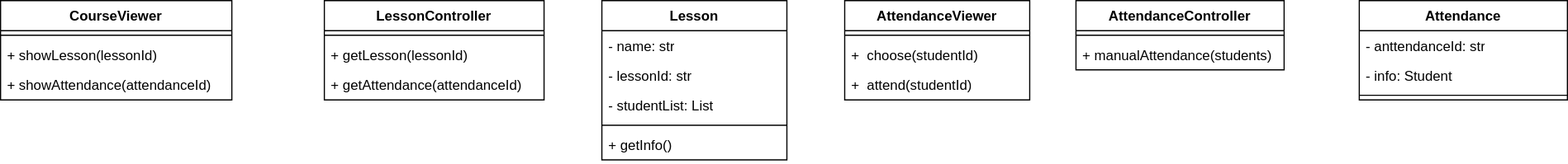
ntmly/ThuchanhphattrienhethongTTNT keeps this draw.io diagram as ClassDiagram 3.drawio.svg. Above is the earlier version. Source tidied: cells renumbered, new cells last; positions are measured from the earlier drawing's top-left corner, leaving out a move shared by most shapes.
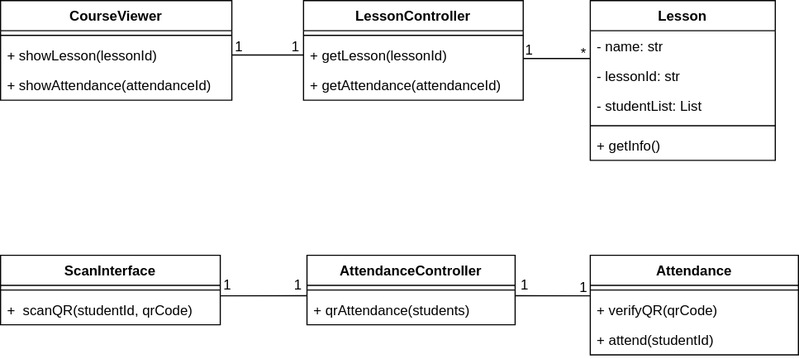
After the commit.

Commit message:
Cập nhật ClassDiagram 3.drawio.svg

Change to the diagram source:
```diff
@@ -15,7 +15,7 @@
       <mxGeometry y="60" width="200" height="26" as="geometry" />
     </mxCell>
     <mxCell id="6" value="LessonController" style="swimlane;fontStyle=1;align=center;verticalAlign=top;horizontal=1;startSize=26;whiteSpace=wrap;html=1;" parent="1" vertex="1">
-      <mxGeometry x="280" width="190" height="86" as="geometry" />
+      <mxGeometry x="262" width="190" height="86" as="geometry" />
     </mxCell>
     <mxCell id="7" style="line;strokeWidth=1;fillColor=none;align=left;verticalAlign=middle;spacingTop=-1;spacingLeft=3;spacingRight=3;labelPosition=right;strokeColor=inherit;" parent="6" vertex="1">
       <mxGeometry y="26" width="190" height="8" as="geometry" />
@@ -27,7 +27,7 @@
       <mxGeometry y="60" width="190" height="26" as="geometry" />
     </mxCell>
     <mxCell id="10" value="Lesson" style="swimlane;fontStyle=1;align=center;verticalAlign=top;horizontal=1;startSize=26;whiteSpace=wrap;html=1;" parent="1" vertex="1">
-      <mxGeometry x="520" width="160" height="138" as="geometry" />
+      <mxGeometry x="510" width="160" height="138" as="geometry" />
     </mxCell>
     <mxCell id="11" value="- name: str" style="text;strokeColor=none;fillColor=none;align=left;verticalAlign=top;spacingLeft=4;spacingRight=4;overflow=hidden;whiteSpace=wrap;html=1;" parent="10" vertex="1">
       <mxGeometry y="26" width="160" height="26" as="geometry" />
@@ -44,38 +44,78 @@
     <mxCell id="15" value="+ getInfo()" style="text;strokeColor=none;fillColor=none;align=left;verticalAlign=top;spacingLeft=4;spacingRight=4;overflow=hidden;whiteSpace=wrap;html=1;" parent="10" vertex="1">
       <mxGeometry y="112" width="160" height="26" as="geometry" />
     </mxCell>
-    <mxCell id="16" value="AttendanceViewer" style="swimlane;fontStyle=1;align=center;verticalAlign=top;horizontal=1;startSize=26;whiteSpace=wrap;html=1;" parent="1" vertex="1">
-      <mxGeometry x="730" width="160" height="86" as="geometry" />
+    <mxCell id="16" value="ScanInterface" style="swimlane;fontStyle=1;align=center;verticalAlign=top;horizontal=1;startSize=26;whiteSpace=wrap;html=1;" parent="1" vertex="1">
+      <mxGeometry y="220" width="190" height="60" as="geometry" />
     </mxCell>
     <mxCell id="17" style="line;strokeWidth=1;fillColor=none;align=left;verticalAlign=middle;spacingTop=-1;spacingLeft=3;spacingRight=3;labelPosition=right;strokeColor=inherit;" parent="16" vertex="1">
-      <mxGeometry y="26" width="160" height="8" as="geometry" />
+      <mxGeometry y="26" width="190" height="8" as="geometry" />
     </mxCell>
-    <mxCell id="18" value="+&amp;nbsp; choose(studentId)" style="text;strokeColor=none;fillColor=none;align=left;verticalAlign=top;spacingLeft=4;spacingRight=4;overflow=hidden;whiteSpace=wrap;html=1;" parent="16" vertex="1">
-      <mxGeometry y="34" width="160" height="26" as="geometry" />
+    <mxCell id="18" value="+&amp;nbsp; scanQR(studentId, qrCode)" style="text;strokeColor=none;fillColor=none;align=left;verticalAlign=top;spacingLeft=4;spacingRight=4;overflow=hidden;whiteSpace=wrap;html=1;" parent="16" vertex="1">
+      <mxGeometry y="34" width="190" height="26" as="geometry" />
     </mxCell>
+    <mxCell id="20" value="Attendance" style="swimlane;fontStyle=1;align=center;verticalAlign=top;horizontal=1;startSize=26;whiteSpace=wrap;html=1;" parent="1" vertex="1">
+      <mxGeometry x="510" y="220" width="180" height="86" as="geometry" />
+    </mxCell>
+    <mxCell id="23" style="line;strokeWidth=1;fillColor=none;align=left;verticalAlign=middle;spacingTop=-1;spacingLeft=3;spacingRight=3;labelPosition=right;strokeColor=inherit;" parent="20" vertex="1">
+      <mxGeometry y="26" width="180" height="8" as="geometry" />
+    </mxCell>
+    <mxCell id="27" value="+ verifyQR(qrCode)" style="text;strokeColor=none;fillColor=none;align=left;verticalAlign=top;spacingLeft=4;spacingRight=4;overflow=hidden;whiteSpace=wrap;html=1;" parent="20" vertex="1">
+      <mxGeometry y="34" width="180" height="26" as="geometry" />
+    </mxCell>
-    <mxCell id="19" value="+&amp;nbsp; attend(studentId)" style="text;strokeColor=none;fillColor=none;align=left;verticalAlign=top;spacingLeft=4;spacingRight=4;overflow=hidden;whiteSpace=wrap;html=1;" parent="16" vertex="1">
-      <mxGeometry y="60" width="160" height="26" as="geometry" />
+    <mxCell id="19" value="+ attend(studentId)" style="text;strokeColor=none;fillColor=none;align=left;verticalAlign=top;spacingLeft=4;spacingRight=4;overflow=hidden;whiteSpace=wrap;html=1;" parent="20" vertex="1">
+      <mxGeometry y="60" width="180" height="26" as="geometry" />
     </mxCell>
-    <mxCell id="20" value="Attendance" style="swimlane;fontStyle=1;align=center;verticalAlign=top;horizontal=1;startSize=26;whiteSpace=wrap;html=1;" parent="1" vertex="1">
-      <mxGeometry x="1175" width="180" height="86" as="geometry" />
-    </mxCell>
-    <mxCell id="21" value="- anttendanceId: str" style="text;strokeColor=none;fillColor=none;align=left;verticalAlign=top;spacingLeft=4;spacingRight=4;overflow=hidden;whiteSpace=wrap;html=1;" parent="20" vertex="1">
-      <mxGeometry y="26" width="180" height="26" as="geometry" />
-    </mxCell>
-    <mxCell id="22" value="- info: Student" style="text;strokeColor=none;fillColor=none;align=left;verticalAlign=top;spacingLeft=4;spacingRight=4;overflow=hidden;whiteSpace=wrap;html=1;" parent="20" vertex="1">
-      <mxGeometry y="52" width="180" height="26" as="geometry" />
-    </mxCell>
-    <mxCell id="23" style="line;strokeWidth=1;fillColor=none;align=left;verticalAlign=middle;spacingTop=-1;spacingLeft=3;spacingRight=3;labelPosition=right;strokeColor=inherit;" parent="20" vertex="1">
-      <mxGeometry y="78" width="180" height="8" as="geometry" />
-    </mxCell>
     <mxCell id="24" value="AttendanceController" style="swimlane;fontStyle=1;align=center;verticalAlign=top;horizontal=1;startSize=26;whiteSpace=wrap;html=1;" parent="1" vertex="1">
-      <mxGeometry x="930" width="180" height="60" as="geometry" />
+      <mxGeometry x="265" y="220" width="180" height="60" as="geometry" />
     </mxCell>
     <mxCell id="25" style="line;strokeWidth=1;fillColor=none;align=left;verticalAlign=middle;spacingTop=-1;spacingLeft=3;spacingRight=3;labelPosition=right;strokeColor=inherit;" parent="24" vertex="1">
       <mxGeometry y="26" width="180" height="8" as="geometry" />
     </mxCell>
-    <mxCell id="26" value="+ manualAttendance(students)" style="text;strokeColor=none;fillColor=none;align=left;verticalAlign=top;spacingLeft=4;spacingRight=4;overflow=hidden;points=[[0,0.5],[1,0.5]];portConstraint=eastwest;whiteSpace=wrap;html=1;" parent="24" vertex="1">
+    <mxCell id="26" value="+ qrAttendance(students)" style="text;strokeColor=none;fillColor=none;align=left;verticalAlign=top;spacingLeft=4;spacingRight=4;overflow=hidden;points=[[0,0.5],[1,0.5]];portConstraint=eastwest;whiteSpace=wrap;html=1;" parent="24" vertex="1">
       <mxGeometry y="34" width="180" height="26" as="geometry" />
     </mxCell>
+    <mxCell id="28" style="endArrow=none;html=1;rounded=0;exitX=1;exitY=0.5;exitDx=0;exitDy=0;entryX=0;entryY=0.5;entryDx=0;entryDy=0;" parent="1" edge="1" source="4" target="8">
+      <mxGeometry relative="1" as="geometry" />
+    </mxCell>
+    <mxCell id="29" value="1" style="text;html=1;align=center;verticalAlign=middle;strokeColor=none;fillColor=none;" parent="1" vertex="1">
+      <mxGeometry x="191" y="25" width="30" height="30" as="geometry" />
+    </mxCell>
+    <mxCell id="30" value="1" style="text;html=1;align=center;verticalAlign=middle;strokeColor=none;fillColor=none;" parent="1" vertex="1">
+      <mxGeometry x="240" y="25" width="30" height="30" as="geometry" />
+    </mxCell>
+    <mxCell id="31" style="endArrow=none;html=1;rounded=0;" parent="1" edge="1">
+      <mxGeometry relative="1" as="geometry">
+        <mxPoint x="452" y="50" as="sourcePoint" />
+        <mxPoint x="510" y="50" as="targetPoint" />
+      </mxGeometry>
+    </mxCell>
+    <mxCell id="32" value="1" style="text;html=1;align=center;verticalAlign=middle;strokeColor=none;fillColor=none;" parent="1" vertex="1">
+      <mxGeometry x="442" y="28" width="30" height="30" as="geometry" />
+    </mxCell>
+    <mxCell id="33" value="*" style="text;html=1;align=center;verticalAlign=middle;strokeColor=none;fillColor=none;" parent="1" vertex="1">
+      <mxGeometry x="489" y="31" width="30" height="30" as="geometry" />
+    </mxCell>
+    <mxCell id="34" style="endArrow=none;html=1;rounded=0;exitX=1.006;exitY=0.038;exitDx=0;exitDy=0;entryX=0.001;entryY=0.033;entryDx=0;entryDy=0;exitPerimeter=0;entryPerimeter=0;" parent="1" edge="1" target="26">
+      <mxGeometry relative="1" as="geometry">
+        <mxPoint x="190.1" y="255" as="sourcePoint" />
+      </mxGeometry>
+    </mxCell>
+    <mxCell id="35" value="1" style="text;html=1;align=center;verticalAlign=middle;strokeColor=none;fillColor=none;" parent="1" vertex="1">
+      <mxGeometry x="181" y="231" width="30" height="30" as="geometry" />
+    </mxCell>
+    <mxCell id="36" value="1" style="text;html=1;align=center;verticalAlign=middle;strokeColor=none;fillColor=none;" parent="1" vertex="1">
+      <mxGeometry x="242" y="231" width="30" height="30" as="geometry" />
+    </mxCell>
+    <mxCell id="37" style="endArrow=none;html=1;rounded=0;entryX=0.028;entryY=0.038;entryDx=0;entryDy=0;entryPerimeter=0;exitX=0.998;exitY=0.035;exitDx=0;exitDy=0;exitPerimeter=0;" parent="1" edge="1" source="26">
+      <mxGeometry relative="1" as="geometry">
+        <mxPoint x="510" y="255" as="targetPoint" />
+      </mxGeometry>
+    </mxCell>
+    <mxCell id="38" value="1" style="text;html=1;align=center;verticalAlign=middle;strokeColor=none;fillColor=none;" parent="1" vertex="1">
+      <mxGeometry x="438" y="231" width="30" height="30" as="geometry" />
+    </mxCell>
+    <mxCell id="39" value="1" style="text;html=1;align=center;verticalAlign=middle;strokeColor=none;fillColor=none;" parent="1" vertex="1">
+      <mxGeometry x="489" y="233" width="30" height="30" as="geometry" />
+    </mxCell>
   </root>
 </mxGraphModel>
```
